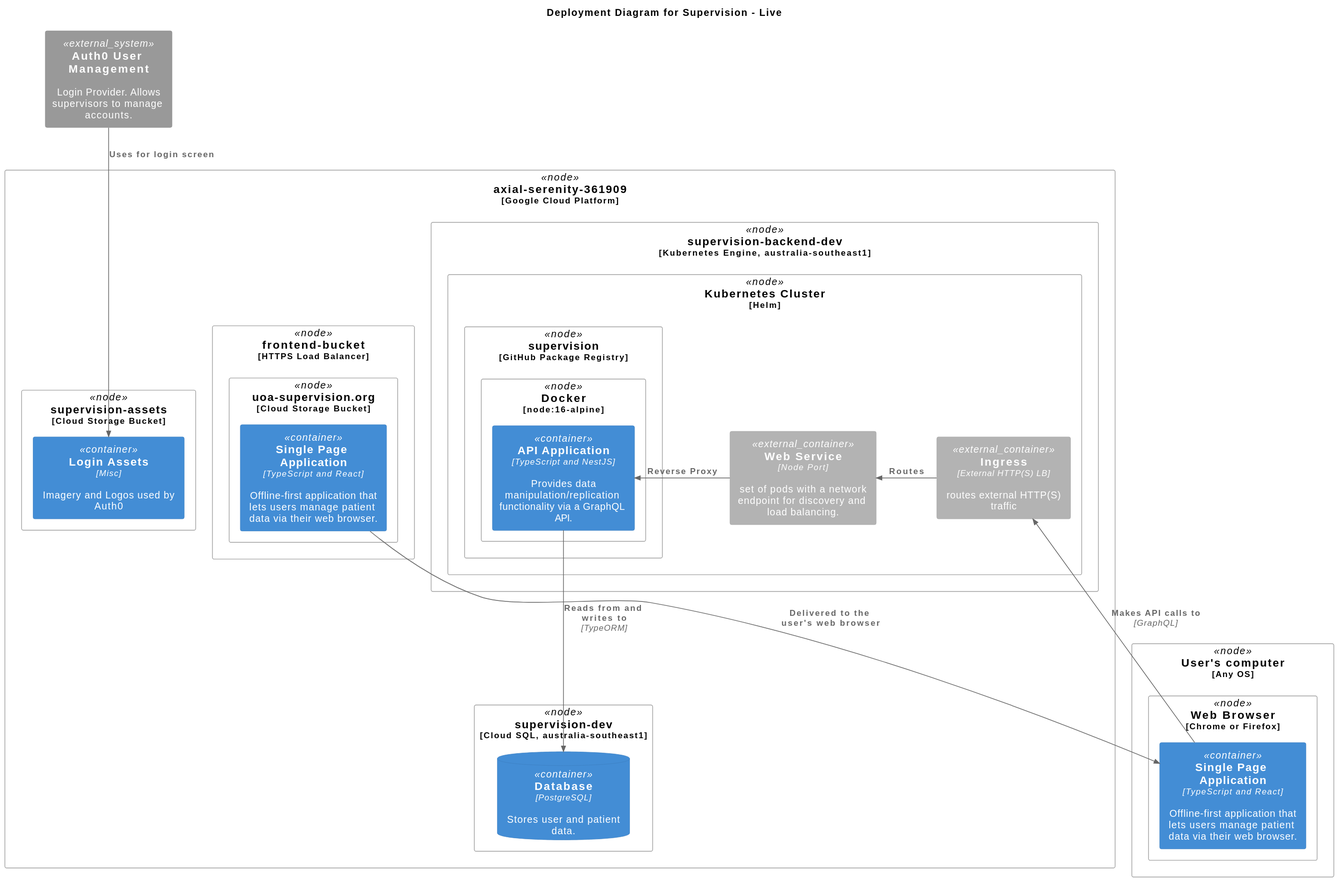
Before: apps/c4-diagram/docs/Deployment/deployment.svg, a diagram exported from PlantUML (University-of-Auckland-SOFTENG761/supervision).
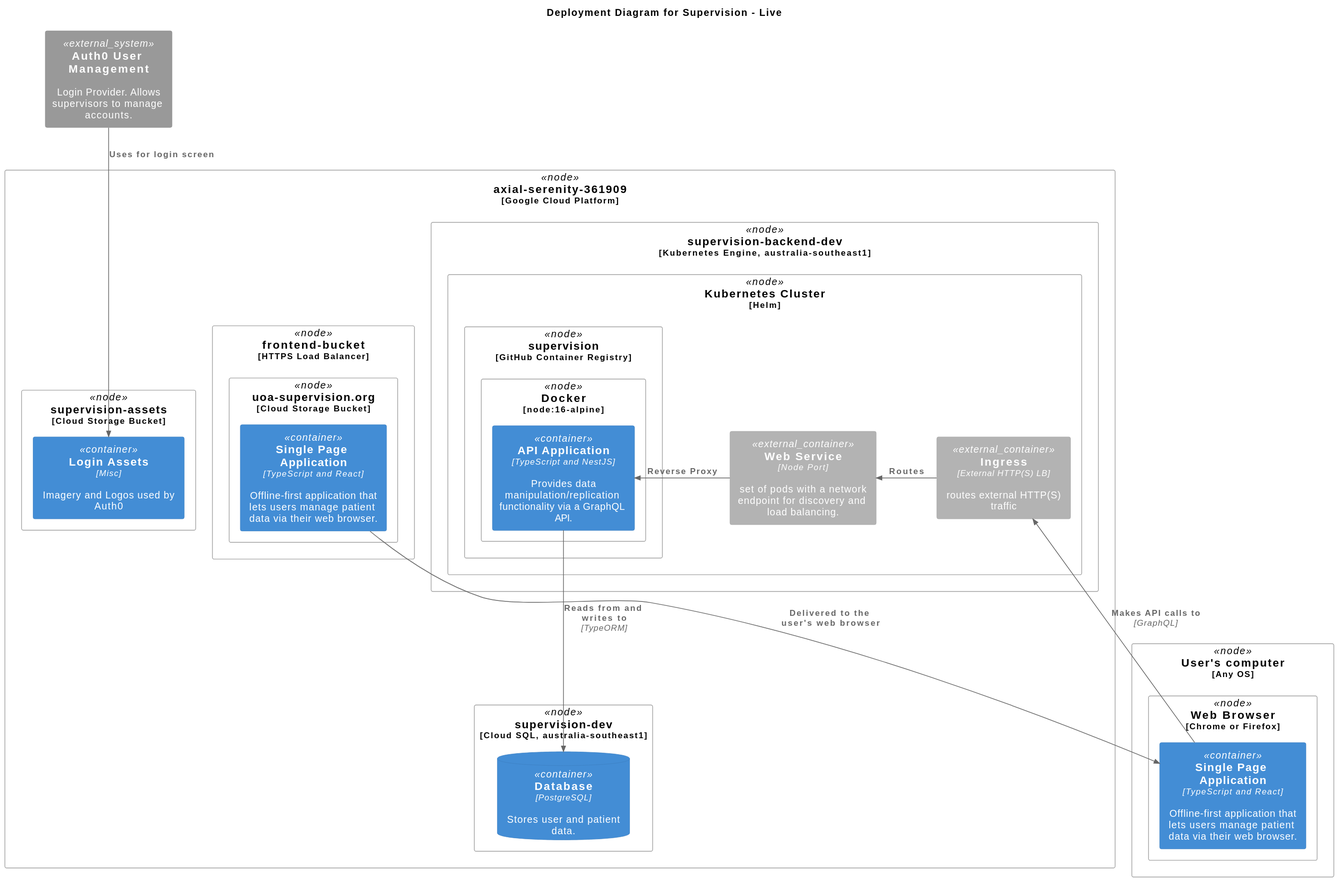
After the commit.

Diff of the diagram source:
```diff
@@ -7,7 +7,7 @@
 
   Deployment_Node(dn_api, supervision-backend-dev, "Kubernetes Engine, australia-southeast1"){
     Deployment_Node(k8s, Kubernetes Cluster, Helm){
-      Deployment_Node(ghr, supervision, GitHub Package Registry){
+      Deployment_Node(ghr, supervision, GitHub Container Registry){
         Deployment_Node(docker, Docker, node:16-alpine){
           Container(api, "API Application", "TypeScript and NestJS", "Provides data manipulation/replication functionality via a GraphQL API.")
         }
```
